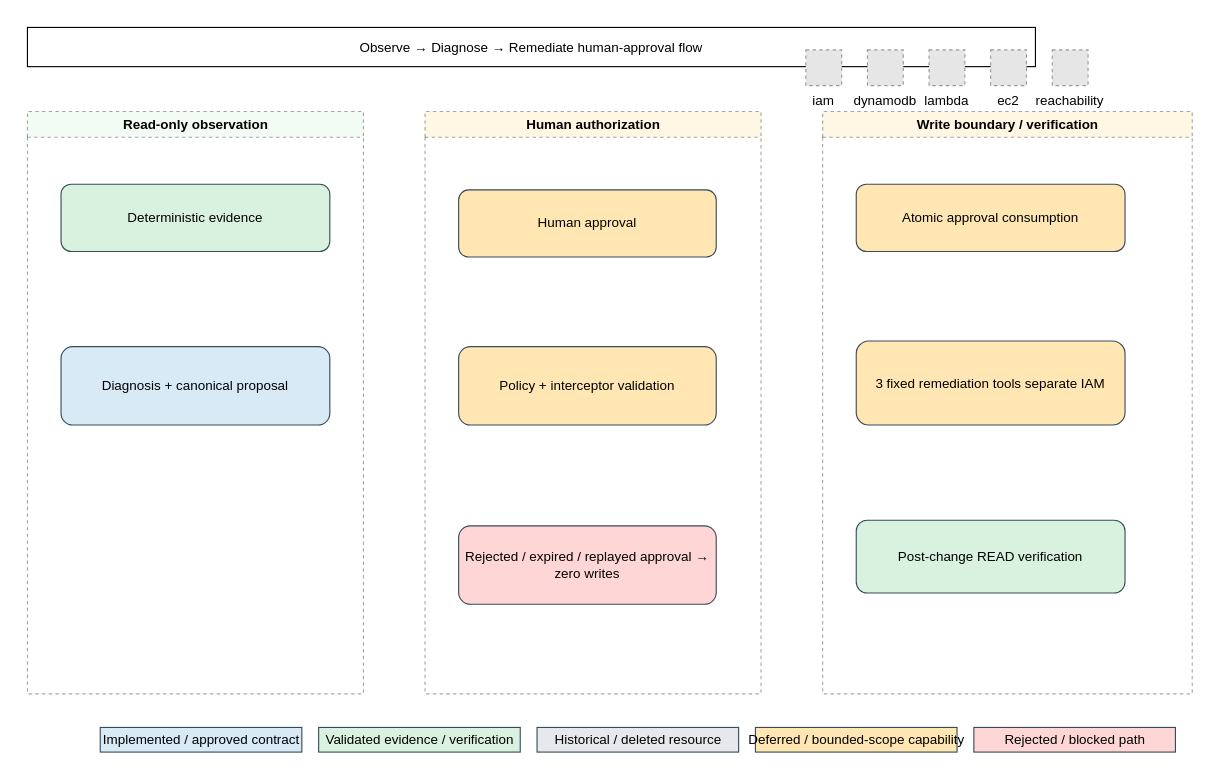
Before: docs/diagrams/05-observe-diagnose-remediate-approval-flow.drawio in omr19/agentic-aws-network-ops, a draw.io diagram. Source tidied: cells renumbered, new cells numbered last; positions are measured from the earlier drawing's top-left corner, leaving out a move shared by most shapes. Both pictures are drawn from the tidied source at 112%, with x=0, y=0 at pixel (27, 27). Pictures stored in the file or linked from it are replaced by grey dashed boxes.
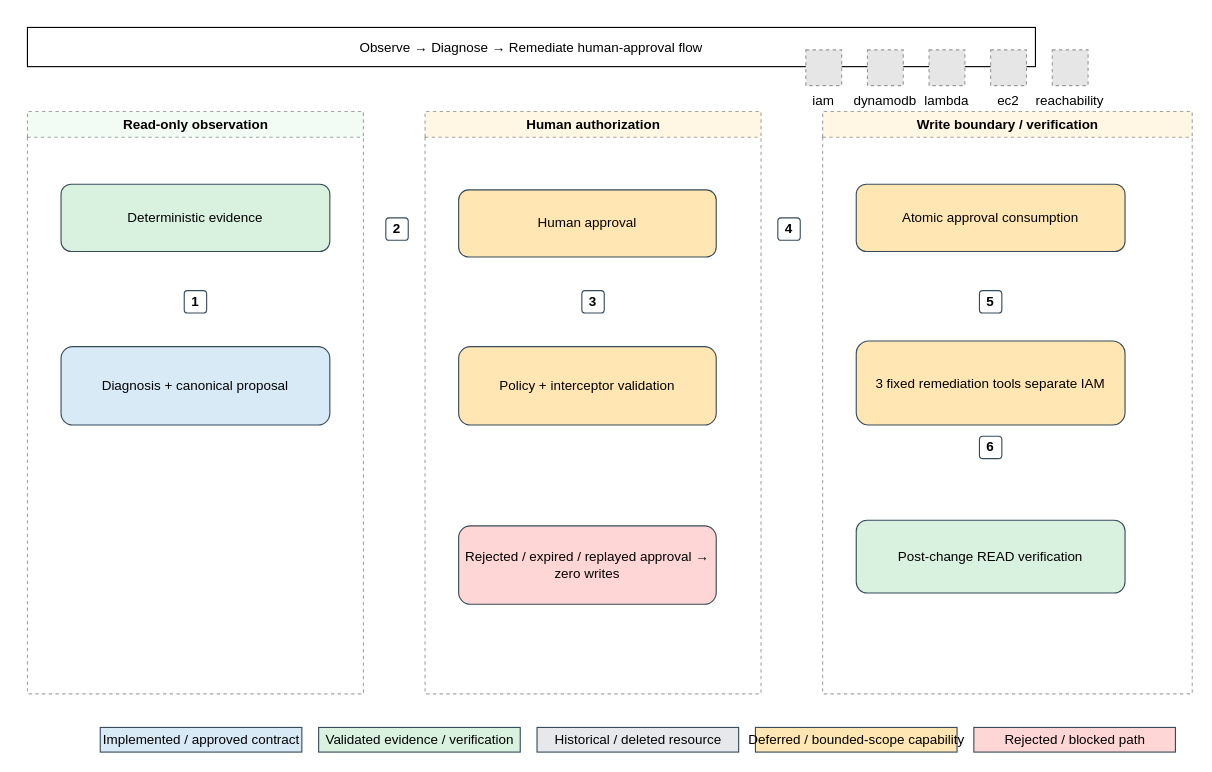
Above is the later version.

Commit message (it also covers changes not shown here):
Label diagram connectors with numbered flow steps

Diff of the diagram source:
```diff
@@
+    <mxCell id="31" value="1" style="rounded=1;whiteSpace=wrap;html=1;fillColor=#ffffff;strokeColor=#384b59;fontStyle=1;align=center;verticalAlign=middle;" parent="1" vertex="1">
+      <mxGeometry x="140" y="235" width="20" height="20" as="geometry" />
+    </mxCell>
+    <mxCell id="32" value="2" style="rounded=1;whiteSpace=wrap;html=1;fillColor=#ffffff;strokeColor=#384b59;fontStyle=1;align=center;verticalAlign=middle;" parent="1" vertex="1">
+      <mxGeometry x="320" y="170" width="20" height="20" as="geometry" />
+    </mxCell>
+    <mxCell id="33" value="3" style="rounded=1;whiteSpace=wrap;html=1;fillColor=#ffffff;strokeColor=#384b59;fontStyle=1;align=center;verticalAlign=middle;" parent="1" vertex="1">
+      <mxGeometry x="495" y="235" width="20" height="20" as="geometry" />
+    </mxCell>
+    <mxCell id="34" value="4" style="rounded=1;whiteSpace=wrap;html=1;fillColor=#ffffff;strokeColor=#384b59;fontStyle=1;align=center;verticalAlign=middle;" parent="1" vertex="1">
+      <mxGeometry x="670" y="170" width="20" height="20" as="geometry" />
+    </mxCell>
+    <mxCell id="35" value="5" style="rounded=1;whiteSpace=wrap;html=1;fillColor=#ffffff;strokeColor=#384b59;fontStyle=1;align=center;verticalAlign=middle;" parent="1" vertex="1">
+      <mxGeometry x="850" y="235" width="20" height="20" as="geometry" />
+    </mxCell>
+    <mxCell id="36" value="6" style="rounded=1;whiteSpace=wrap;html=1;fillColor=#ffffff;strokeColor=#384b59;fontStyle=1;align=center;verticalAlign=middle;" parent="1" vertex="1">
+      <mxGeometry x="850" y="365" width="20" height="20" as="geometry" />
+    </mxCell>
```
